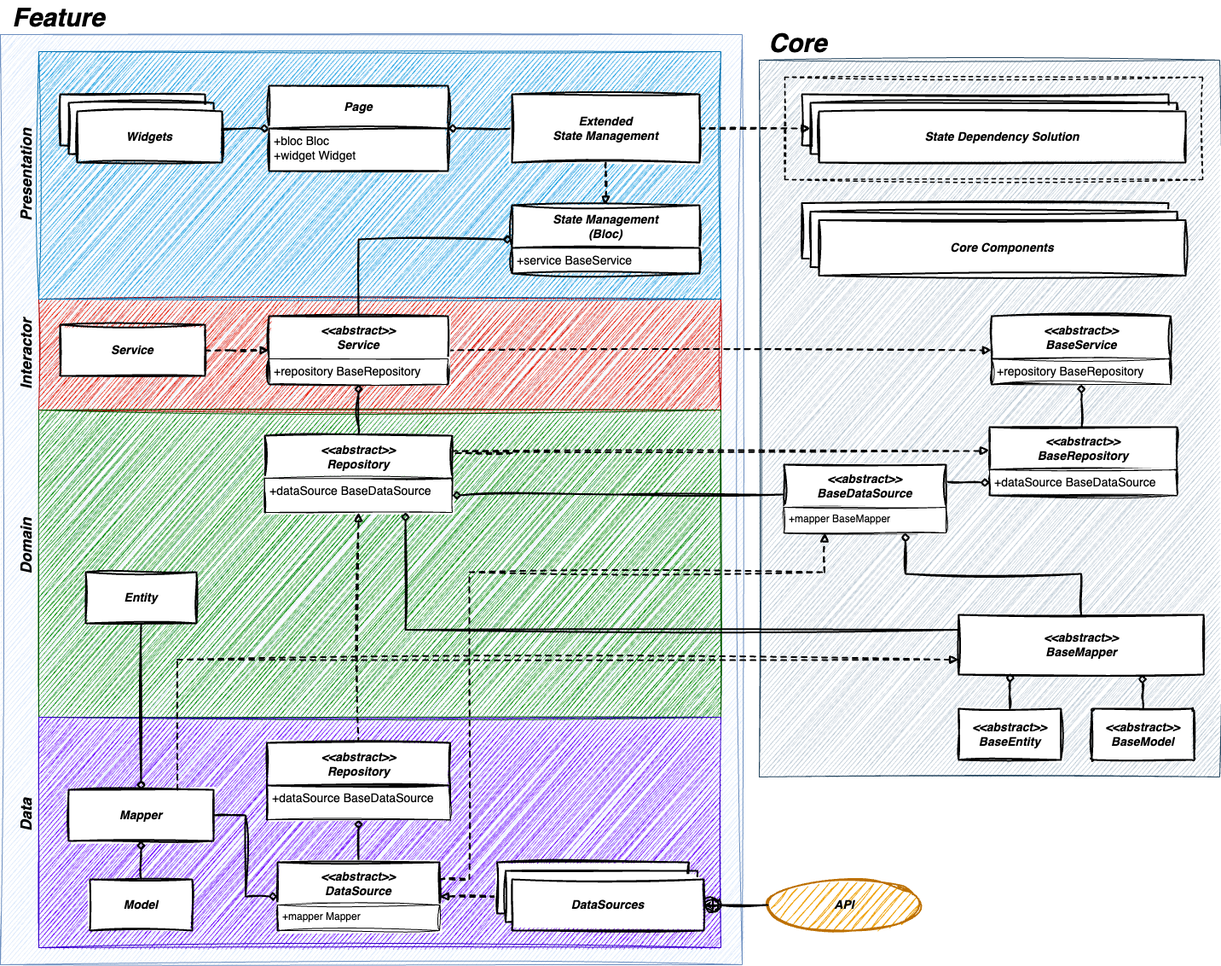
The draw.io diagram architecture.drawio.png in hamed-rezaee/flutter_component_architecture_poc, before a commit. Source tidied: cells renumbered, new cells last; positions are measured from the earlier drawing's top-left corner, leaving out a move shared by most shapes.
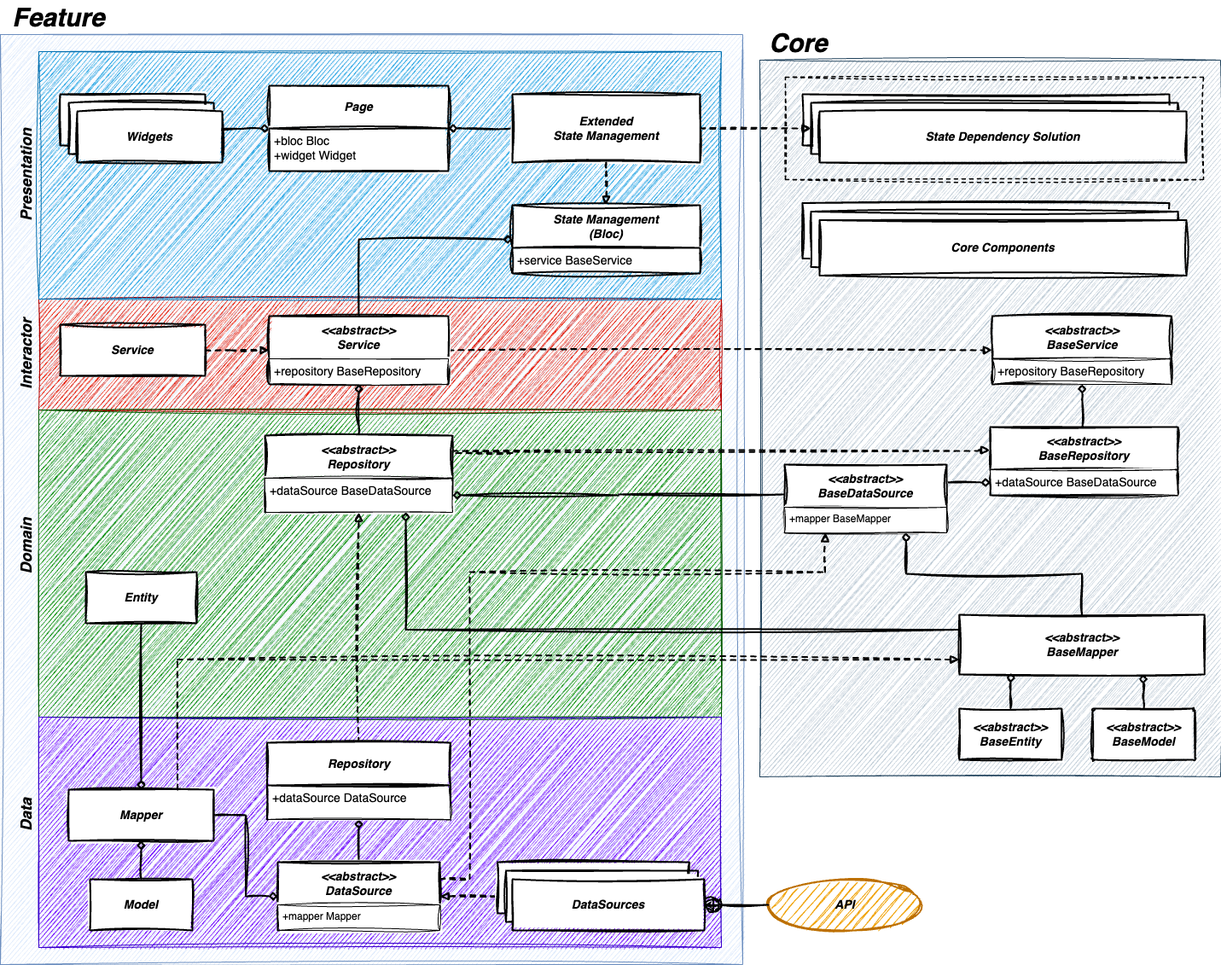
Above is the later version.

Commit message:
update architecture diagram

Change to the diagram source:
```diff
@@ -289,10 +289,10 @@
     <mxCell id="77" style="edgeStyle=orthogonalEdgeStyle;rounded=0;jettySize=auto;html=1;exitX=0.5;exitY=0;exitDx=0;exitDy=0;endArrow=diamond;endFill=0;sketch=1;curveFitting=1;jiggle=2;strokeWidth=2;entryX=0.75;entryY=1;entryDx=0;entryDy=0;" parent="1" edge="1" source="49" target="74">
       <mxGeometry relative="1" as="geometry" />
     </mxCell>
-    <mxCell id="78" value="&lt;b style=&quot;border-color: var(--border-color); font-size: 12px;&quot;&gt;&lt;i style=&quot;border-color: var(--border-color);&quot;&gt;&lt;font style=&quot;border-color: var(--border-color); font-size: 14px;&quot;&gt;&amp;lt;&amp;lt;abstract&amp;gt;&amp;gt;&lt;br style=&quot;border-color: var(--border-color);&quot;&gt;Repository&lt;/font&gt;&lt;/i&gt;&lt;/b&gt;" style="swimlane;horizontal=1;startSize=50;rounded=0;fontSize=14;fontStyle=0;strokeWidth=2;shadow=0;dashed=0;align=center;arcSize=4;whiteSpace=wrap;html=1;fillStyle=auto;sketch=1;curveFitting=1;jiggle=2;swimlaneFillColor=default;swimlaneLine=1;glass=0;" parent="1" vertex="1">
+    <mxCell id="78" value="&lt;b style=&quot;border-color: var(--border-color); font-size: 12px;&quot;&gt;&lt;i style=&quot;border-color: var(--border-color);&quot;&gt;&lt;font style=&quot;border-color: var(--border-color); font-size: 14px;&quot;&gt;Repository&lt;/font&gt;&lt;/i&gt;&lt;/b&gt;" style="swimlane;horizontal=1;startSize=50;rounded=0;fontSize=14;fontStyle=0;strokeWidth=2;shadow=0;dashed=0;align=center;arcSize=4;whiteSpace=wrap;html=1;fillStyle=auto;sketch=1;curveFitting=1;jiggle=2;swimlaneFillColor=default;swimlaneLine=1;glass=0;" parent="1" vertex="1">
       <mxGeometry x="312.5" y="870" width="215" height="90" as="geometry" />
     </mxCell>
-    <mxCell id="79" value="&lt;font style=&quot;font-size: 14px;&quot;&gt;+dataSource BaseDataSource&lt;/font&gt;" style="align=left;spacingLeft=4;fontSize=12;verticalAlign=top;html=1;sketch=1;curveFitting=1;jiggle=2;labelBackgroundColor=none;" parent="78" vertex="1">
+    <mxCell id="79" value="&lt;font style=&quot;font-size: 14px;&quot;&gt;+dataSource DataSource&lt;/font&gt;" style="align=left;spacingLeft=4;fontSize=12;verticalAlign=top;html=1;sketch=1;curveFitting=1;jiggle=2;labelBackgroundColor=none;" parent="78" vertex="1">
       <mxGeometry y="50" width="215" height="40" as="geometry" />
     </mxCell>
   </root>
```
